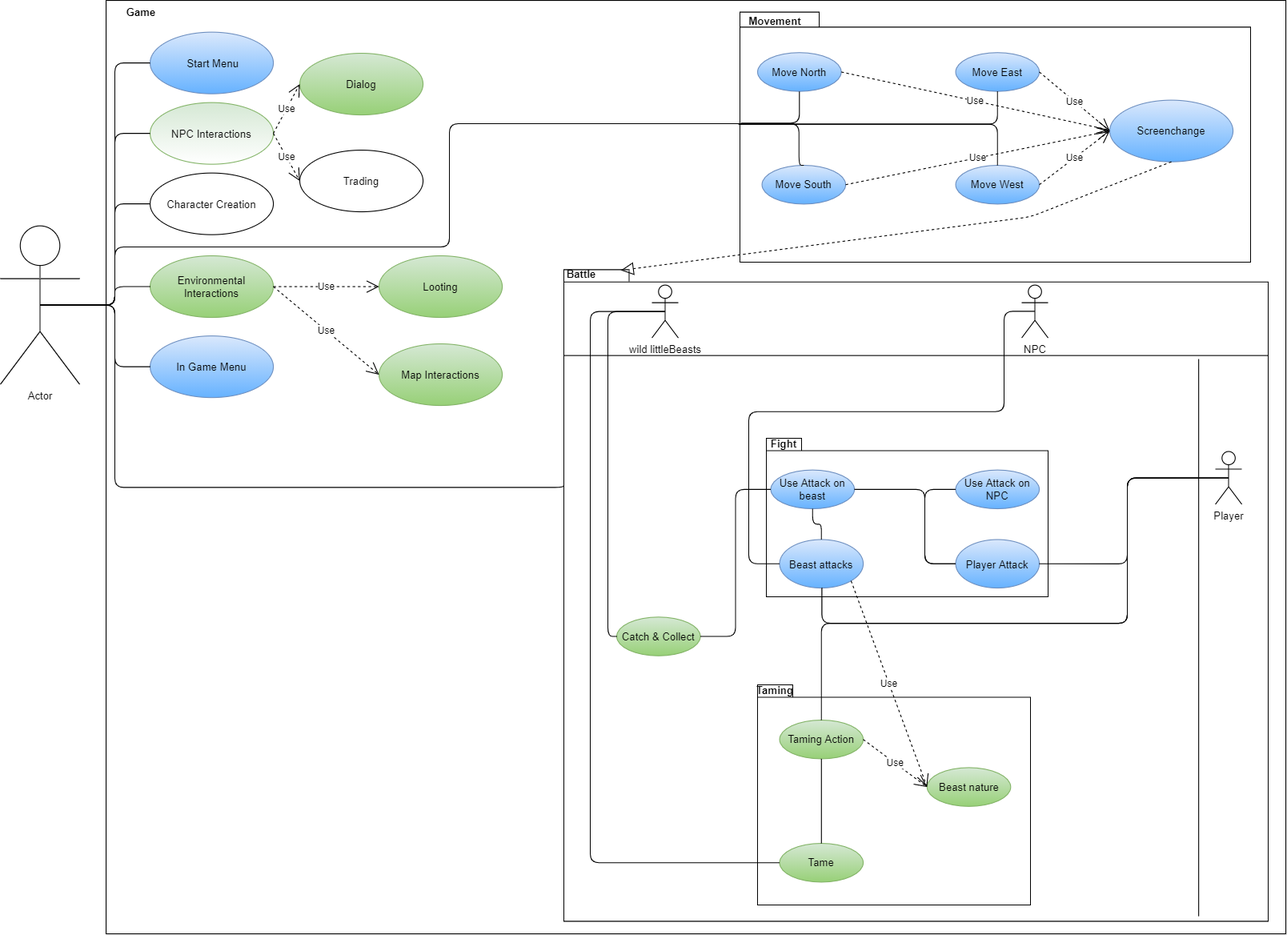
Above: useCases/diagrams/use_cases.png in LittleBeasts/documentation (draw.io), before the change. Source tidied: cells renumbered, new cells last; positions are measured from the earlier drawing's top-left corner, leaving out a move shared by most shapes.
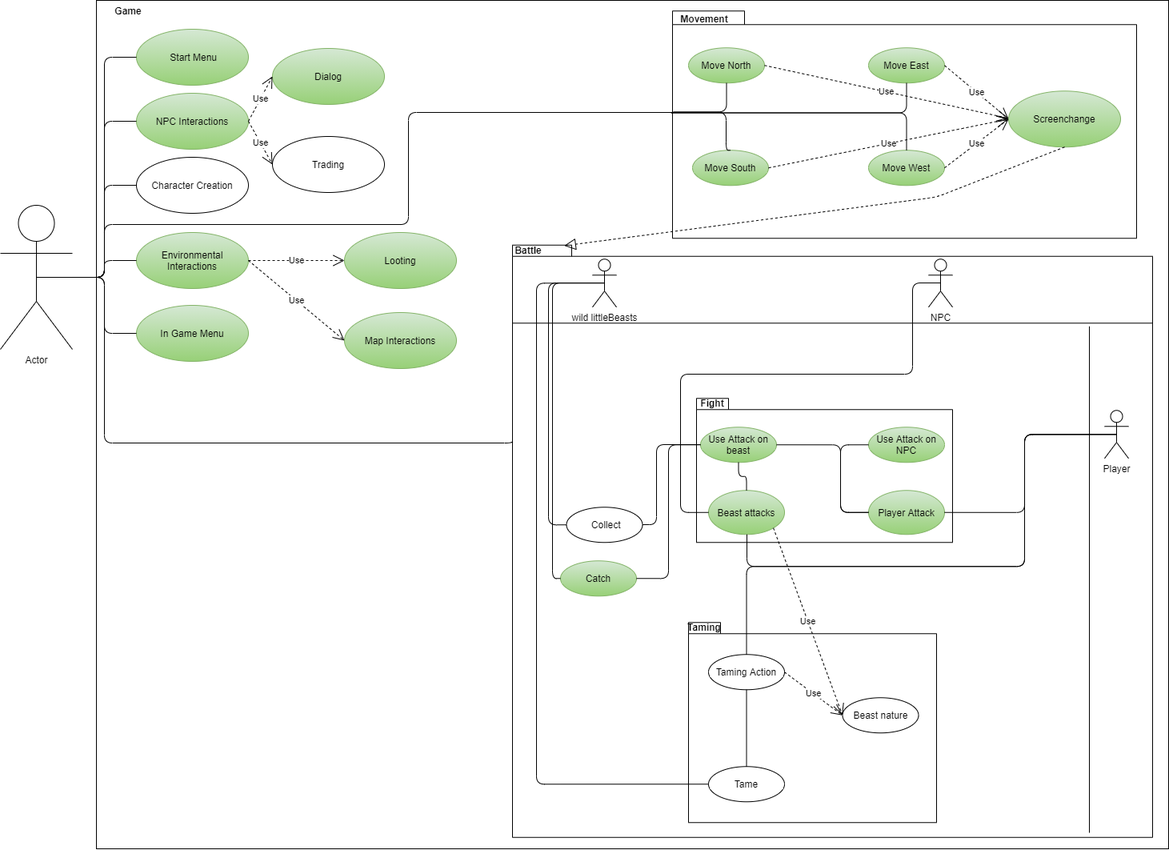
Above is the later version.

Commit message:
update use case diagram

The edit, as a diff of the source:
```diff
@@ -11,13 +11,13 @@
     <mxCell id="4" value="Game" style="text;align=center;fontStyle=1;verticalAlign=middle;spacingLeft=3;spacingRight=3;strokeColor=none;" parent="1" vertex="1">
       <mxGeometry x="120" width="80" height="26" as="geometry" />
     </mxCell>
-    <mxCell id="5" value="&lt;div&gt;&amp;nbsp;Start Menu&lt;/div&gt;" style="ellipse;whiteSpace=wrap;html=1;fillColor=#dae8fc;strokeColor=#6c8ebf;gradientColor=#66B2FF;" parent="1" vertex="1">
+    <mxCell id="5" value="&lt;div&gt;&amp;nbsp;Start Menu&lt;/div&gt;" style="ellipse;whiteSpace=wrap;html=1;fillColor=#d5e8d4;strokeColor=#82b366;gradientColor=#97d077;" parent="1" vertex="1">
       <mxGeometry x="170" y="36" width="140" height="70" as="geometry" />
     </mxCell>
     <mxCell id="6" style="endArrow=none;html=1;edgeStyle=orthogonalEdgeStyle;entryX=0;entryY=0.5;entryDx=0;entryDy=0;" parent="1" edge="1" source="2" target="5">
       <mxGeometry relative="1" as="geometry" />
     </mxCell>
-    <mxCell id="7" value="NPC Interactions" style="ellipse;whiteSpace=wrap;html=1;fillColor=#d5e8d4;strokeColor=#82b366;gradientColor=#ffffff;" parent="1" vertex="1">
+    <mxCell id="7" value="NPC Interactions" style="ellipse;whiteSpace=wrap;html=1;fillColor=#d5e8d4;strokeColor=#82b366;gradientColor=#97d077;" parent="1" vertex="1">
       <mxGeometry x="170" y="116" width="140" height="70" as="geometry" />
     </mxCell>
     <mxCell id="8" style="endArrow=none;html=1;edgeStyle=orthogonalEdgeStyle;exitX=0.5;exitY=0.5;exitDx=0;exitDy=0;exitPerimeter=0;entryX=0;entryY=0.5;entryDx=0;entryDy=0;" parent="1" edge="1" source="2" target="7">
@@ -61,7 +61,7 @@
       <mxGeometry x="640" y="305.8" width="800" height="740" as="geometry" />
     </mxCell>
     <mxCell id="18" value="Battle" style="text;align=center;fontStyle=1;verticalAlign=middle;spacingLeft=3;spacingRight=3;strokeColor=none;" parent="1" vertex="1">
-      <mxGeometry x="620" y="297.2" width="80" height="26" as="geometry" />
+      <mxGeometry x="620" y="299.2" width="80" height="26" as="geometry" />
     </mxCell>
     <mxCell id="19" style="line;strokeWidth=1;fillColor=none;align=left;verticalAlign=middle;spacingTop=-1;spacingLeft=3;spacingRight=3;labelPosition=right;" parent="1" vertex="1">
       <mxGeometry x="640" y="399.2" width="800" height="8" as="geometry" />
@@ -84,19 +84,19 @@
     <mxCell id="25" value="Fight" style="text;align=center;fontStyle=1;verticalAlign=middle;spacingLeft=3;spacingRight=3;strokeColor=none;" parent="1" vertex="1">
       <mxGeometry x="850" y="490" width="80" height="26" as="geometry" />
     </mxCell>
-    <mxCell id="26" value="Use Attack on beast" style="ellipse;whiteSpace=wrap;html=1;fillColor=#dae8fc;strokeColor=#6c8ebf;gradientColor=#66B2FF;" parent="1" vertex="1">
+    <mxCell id="26" value="Use Attack on beast" style="ellipse;whiteSpace=wrap;html=1;fillColor=#d5e8d4;strokeColor=#82b366;gradientColor=#97d077;" parent="1" vertex="1">
       <mxGeometry x="875" y="533.2" width="95" height="44" as="geometry" />
     </mxCell>
-    <mxCell id="27" value="Use Attack on NPC" style="ellipse;whiteSpace=wrap;html=1;fillColor=#dae8fc;strokeColor=#6c8ebf;gradientColor=#66B2FF;" parent="1" vertex="1">
+    <mxCell id="27" value="Use Attack on NPC" style="ellipse;whiteSpace=wrap;html=1;fillColor=#d5e8d4;strokeColor=#82b366;gradientColor=#97d077;" parent="1" vertex="1">
       <mxGeometry x="1085" y="533.2" width="95" height="44" as="geometry" />
     </mxCell>
-    <mxCell id="28" value="Beast attacks" style="ellipse;whiteSpace=wrap;html=1;fillColor=#dae8fc;strokeColor=#6c8ebf;gradientColor=#66B2FF;" parent="1" vertex="1">
+    <mxCell id="28" value="Beast attacks" style="ellipse;whiteSpace=wrap;html=1;fillColor=#d5e8d4;strokeColor=#82b366;gradientColor=#97d077;" parent="1" vertex="1">
       <mxGeometry x="885" y="612.2" width="95" height="55" as="geometry" />
     </mxCell>
-    <mxCell id="29" value="Player Attack" style="ellipse;whiteSpace=wrap;html=1;fillColor=#dae8fc;strokeColor=#6c8ebf;gradientColor=#66B2FF;" parent="1" vertex="1">
+    <mxCell id="29" value="Player Attack" style="ellipse;whiteSpace=wrap;html=1;fillColor=#d5e8d4;strokeColor=#82b366;gradientColor=#97d077;" parent="1" vertex="1">
       <mxGeometry x="1085" y="612.2" width="95" height="55" as="geometry" />
     </mxCell>
-    <mxCell id="30" value="Catch &amp;amp; Collect" style="ellipse;whiteSpace=wrap;html=1;fillColor=#d5e8d4;strokeColor=#82b366;gradientColor=#97d077;" parent="1" vertex="1">
+    <mxCell id="30" value="Catch" style="ellipse;whiteSpace=wrap;html=1;fillColor=#d5e8d4;strokeColor=#82b366;gradientColor=#97d077;" parent="1" vertex="1">
       <mxGeometry x="700" y="700.2" width="95" height="44" as="geometry" />
     </mxCell>
     <mxCell id="31" style="endArrow=none;html=1;edgeStyle=orthogonalEdgeStyle;entryX=1;entryY=0.5;entryDx=0;entryDy=0;exitX=0.5;exitY=0.5;exitDx=0;exitDy=0;exitPerimeter=0;" parent="1" edge="1" source="21" target="29">
@@ -152,13 +152,13 @@
     <mxCell id="39" value="Taming" style="text;align=center;fontStyle=1;verticalAlign=middle;spacingLeft=3;spacingRight=3;strokeColor=none;" parent="1" vertex="1">
       <mxGeometry x="840" y="770" width="80" height="26" as="geometry" />
     </mxCell>
-    <mxCell id="40" value="Taming Action" style="ellipse;whiteSpace=wrap;html=1;fillColor=#d5e8d4;strokeColor=#82b366;gradientColor=#97D077;" parent="1" vertex="1">
+    <mxCell id="40" value="Taming Action" style="ellipse;whiteSpace=wrap;html=1;" parent="1" vertex="1">
       <mxGeometry x="885" y="817.2" width="95" height="44" as="geometry" />
     </mxCell>
-    <mxCell id="41" value="Tame" style="ellipse;whiteSpace=wrap;html=1;fillColor=#d5e8d4;strokeColor=#82b366;gradientColor=#97D077;" parent="1" vertex="1">
+    <mxCell id="41" value="Tame" style="ellipse;whiteSpace=wrap;html=1;" parent="1" vertex="1">
       <mxGeometry x="885" y="957.2" width="95" height="44" as="geometry" />
     </mxCell>
-    <mxCell id="42" value="Beast nature" style="ellipse;whiteSpace=wrap;html=1;fillColor=#d5e8d4;strokeColor=#82b366;gradientColor=#97D077;" parent="1" vertex="1">
+    <mxCell id="42" value="Beast nature" style="ellipse;whiteSpace=wrap;html=1;" parent="1" vertex="1">
       <mxGeometry x="1052.5" y="871.2" width="95" height="44" as="geometry" />
     </mxCell>
     <mxCell id="43" style="endArrow=none;html=1;edgeStyle=orthogonalEdgeStyle;exitX=0.5;exitY=1;exitDx=0;exitDy=0;entryX=0.5;entryY=0;entryDx=0;entryDy=0;" parent="1" edge="1" source="40" target="41">
@@ -195,19 +195,19 @@
     <mxCell id="48" style="shape=folder;fontStyle=1;spacingTop=10;tabWidth=90;tabHeight=17;tabPosition=left;html=1;" parent="1" vertex="1">
       <mxGeometry x="840" y="13.2" width="580" height="284" as="geometry" />
     </mxCell>
-    <mxCell id="49" value="Move North" style="ellipse;whiteSpace=wrap;html=1;fillColor=#dae8fc;strokeColor=#6c8ebf;gradientColor=#66B2FF;" parent="1" vertex="1">
+    <mxCell id="49" value="Move North" style="ellipse;whiteSpace=wrap;html=1;fillColor=#d5e8d4;strokeColor=#82b366;gradientColor=#97d077;" parent="1" vertex="1">
       <mxGeometry x="860" y="59.2" width="95" height="44" as="geometry" />
     </mxCell>
-    <mxCell id="50" value="Move South" style="ellipse;whiteSpace=wrap;html=1;fillColor=#dae8fc;strokeColor=#6c8ebf;gradientColor=#66B2FF;" parent="1" vertex="1">
+    <mxCell id="50" value="Move South" style="ellipse;whiteSpace=wrap;html=1;fillColor=#d5e8d4;strokeColor=#82b366;gradientColor=#97d077;" parent="1" vertex="1">
       <mxGeometry x="865" y="187.2" width="95" height="44" as="geometry" />
     </mxCell>
-    <mxCell id="51" value="Move East" style="ellipse;whiteSpace=wrap;html=1;fillColor=#dae8fc;strokeColor=#6c8ebf;gradientColor=#66B2FF;" parent="1" vertex="1">
+    <mxCell id="51" value="Move East" style="ellipse;whiteSpace=wrap;html=1;fillColor=#d5e8d4;strokeColor=#82b366;gradientColor=#97d077;" parent="1" vertex="1">
       <mxGeometry x="1085" y="59.2" width="95" height="44" as="geometry" />
     </mxCell>
-    <mxCell id="52" value="Move West" style="ellipse;whiteSpace=wrap;html=1;fillColor=#dae8fc;strokeColor=#6c8ebf;gradientColor=#66B2FF;" parent="1" vertex="1">
+    <mxCell id="52" value="Move West" style="ellipse;whiteSpace=wrap;html=1;fillColor=#d5e8d4;strokeColor=#82b366;gradientColor=#97d077;" parent="1" vertex="1">
       <mxGeometry x="1085" y="187.2" width="95" height="44" as="geometry" />
     </mxCell>
-    <mxCell id="53" value="Screenchange" style="ellipse;whiteSpace=wrap;html=1;fillColor=#dae8fc;strokeColor=#6c8ebf;gradientColor=#66B2FF;" parent="1" vertex="1">
+    <mxCell id="53" value="Screenchange" style="ellipse;whiteSpace=wrap;html=1;fillColor=#d5e8d4;strokeColor=#82b366;gradientColor=#97d077;" parent="1" vertex="1">
       <mxGeometry x="1260" y="113.2" width="140" height="70" as="geometry" />
     </mxCell>
     <mxCell id="54" value="Movement" style="text;align=center;fontStyle=1;verticalAlign=middle;spacingLeft=3;spacingRight=3;strokeColor=none;" parent="1" vertex="1">
@@ -280,7 +280,7 @@
         </Array>
       </mxGeometry>
     </mxCell>
-    <mxCell id="67" value="In Game Menu" style="ellipse;whiteSpace=wrap;html=1;strokeColor=#6c8ebf;fillColor=#dae8fc;gradientColor=#66B2FF;" parent="1" vertex="1">
+    <mxCell id="67" value="In Game Menu" style="ellipse;whiteSpace=wrap;html=1;strokeColor=#82b366;fillColor=#d5e8d4;gradientColor=#97d077;" parent="1" vertex="1">
       <mxGeometry x="170" y="381" width="140" height="70" as="geometry" />
     </mxCell>
     <mxCell id="68" style="endArrow=none;html=1;edgeStyle=orthogonalEdgeStyle;exitX=0.5;exitY=0.5;exitDx=0;exitDy=0;exitPerimeter=0;entryX=0;entryY=0.5;entryDx=0;entryDy=0;" parent="1" edge="1" source="2" target="67">
@@ -311,5 +311,30 @@
     <mxCell id="73" value="Use" style="endArrow=open;endSize=12;dashed=1;html=1;exitX=1;exitY=0.5;exitDx=0;exitDy=0;entryX=0;entryY=0.5;entryDx=0;entryDy=0;" parent="1" edge="1" source="15" target="71">
       <mxGeometry relative="1" as="geometry" />
     </mxCell>
+    <mxCell id="74" value="&amp;nbsp;Collect" style="ellipse;whiteSpace=wrap;html=1;" parent="1" vertex="1">
+      <mxGeometry x="707.5" y="633.2" width="95" height="44" as="geometry" />
+    </mxCell>
+    <mxCell id="75" style="endArrow=none;html=1;edgeStyle=orthogonalEdgeStyle;exitX=0;exitY=0.5;exitDx=0;exitDy=0;" parent="1" edge="1" source="74">
+      <mxGeometry relative="1" as="geometry">
+        <mxPoint x="740" y="353" as="targetPoint" />
+        <Array as="points">
+          <mxPoint x="685" y="655" />
+          <mxPoint x="685" y="353" />
+        </Array>
+      </mxGeometry>
+    </mxCell>
+    <mxCell id="76" style="edgeStyle=orthogonalEdgeStyle;rounded=0;orthogonalLoop=1;jettySize=auto;html=1;exitX=0.5;exitY=1;exitDx=0;exitDy=0;" parent="1" edge="1" source="74" target="74">
+      <mxGeometry relative="1" as="geometry" />
+    </mxCell>
+    <mxCell id="77" style="endArrow=none;html=1;edgeStyle=orthogonalEdgeStyle;exitX=0;exitY=0.5;exitDx=0;exitDy=0;entryX=1;entryY=0.5;entryDx=0;entryDy=0;" parent="1" edge="1" target="74">
+      <mxGeometry relative="1" as="geometry">
+        <mxPoint x="875" y="555" as="sourcePoint" />
+        <Array as="points">
+          <mxPoint x="820" y="555" />
+          <mxPoint x="820" y="655" />
+          <mxPoint x="803" y="655" />
+        </Array>
+      </mxGeometry>
+    </mxCell>
   </root>
 </mxGraphModel>
```
